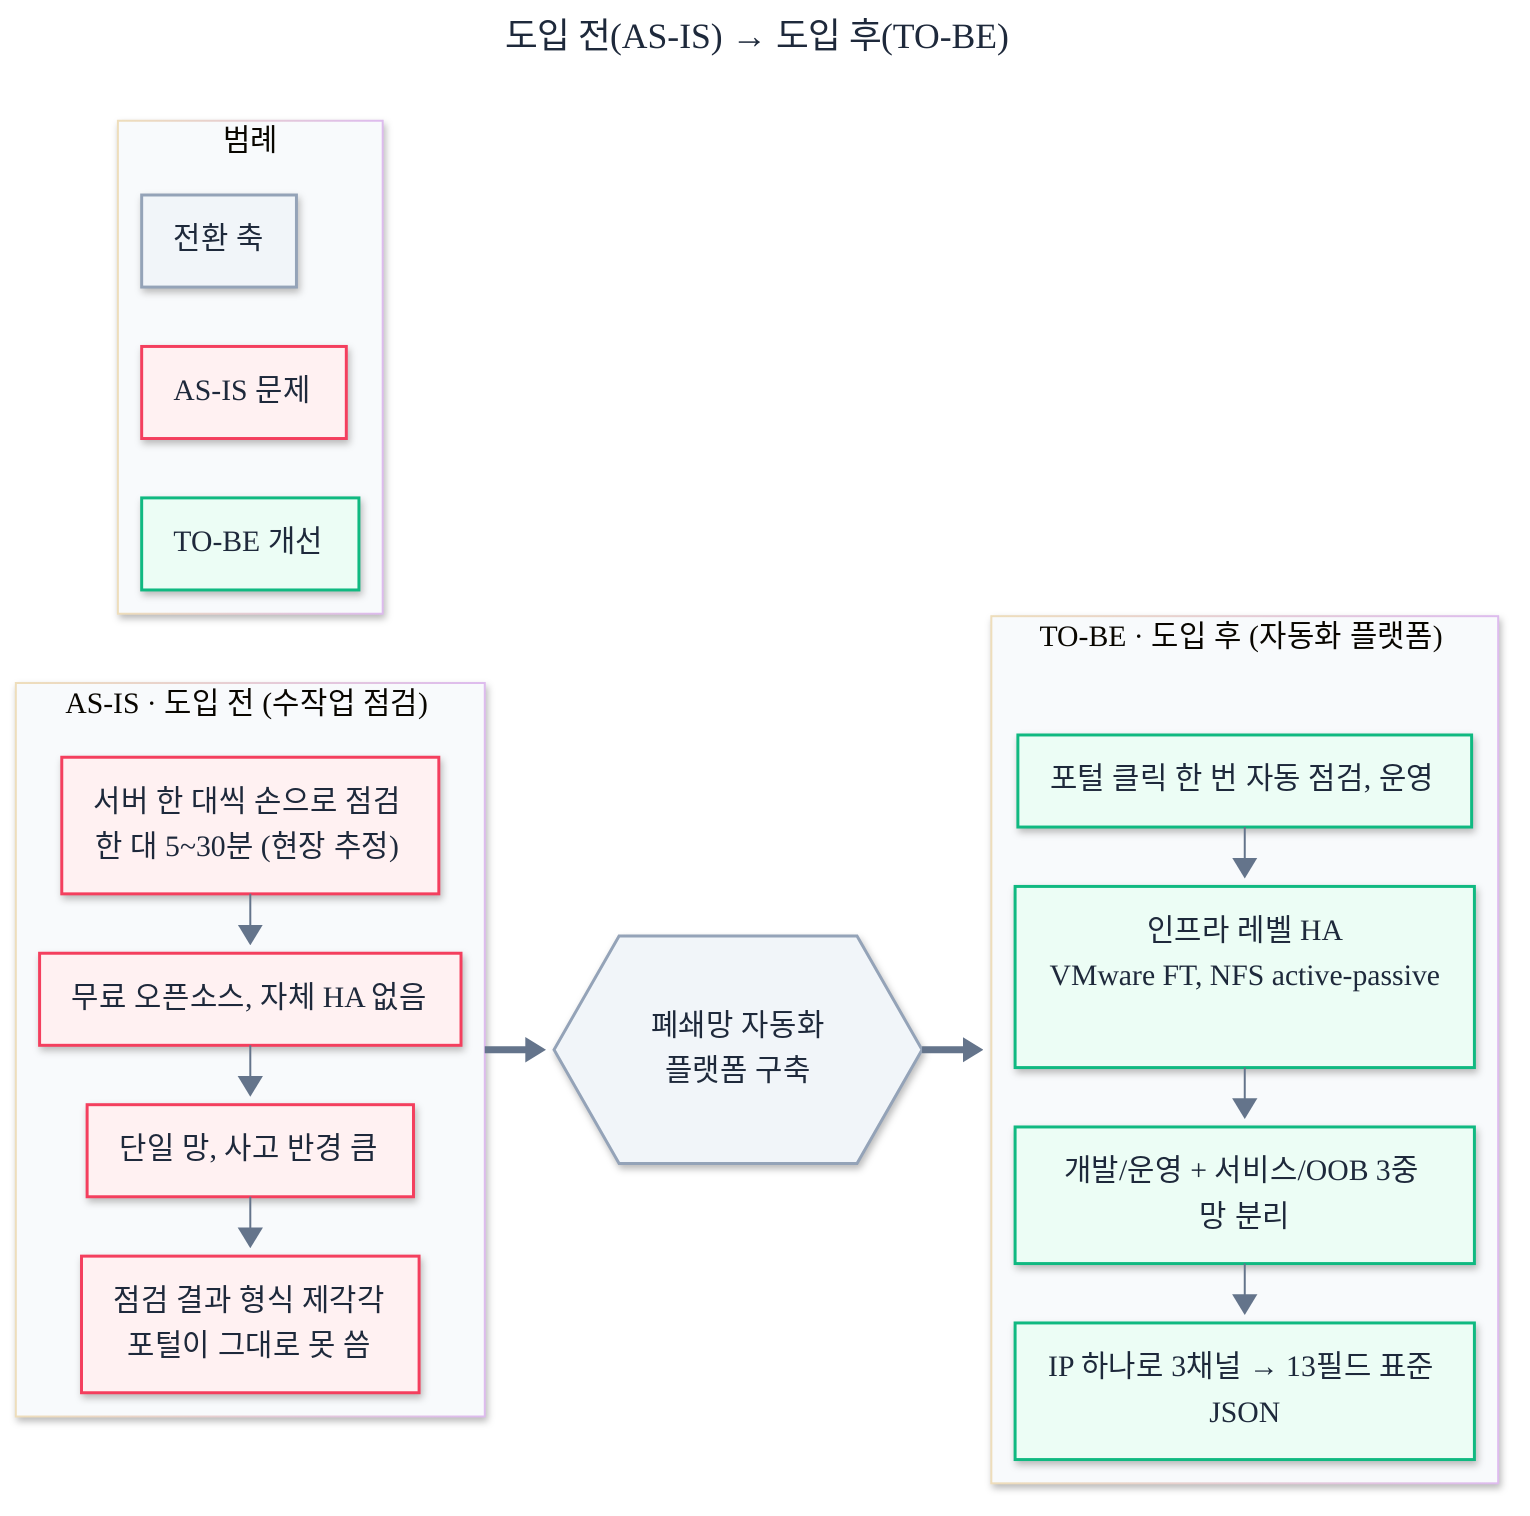
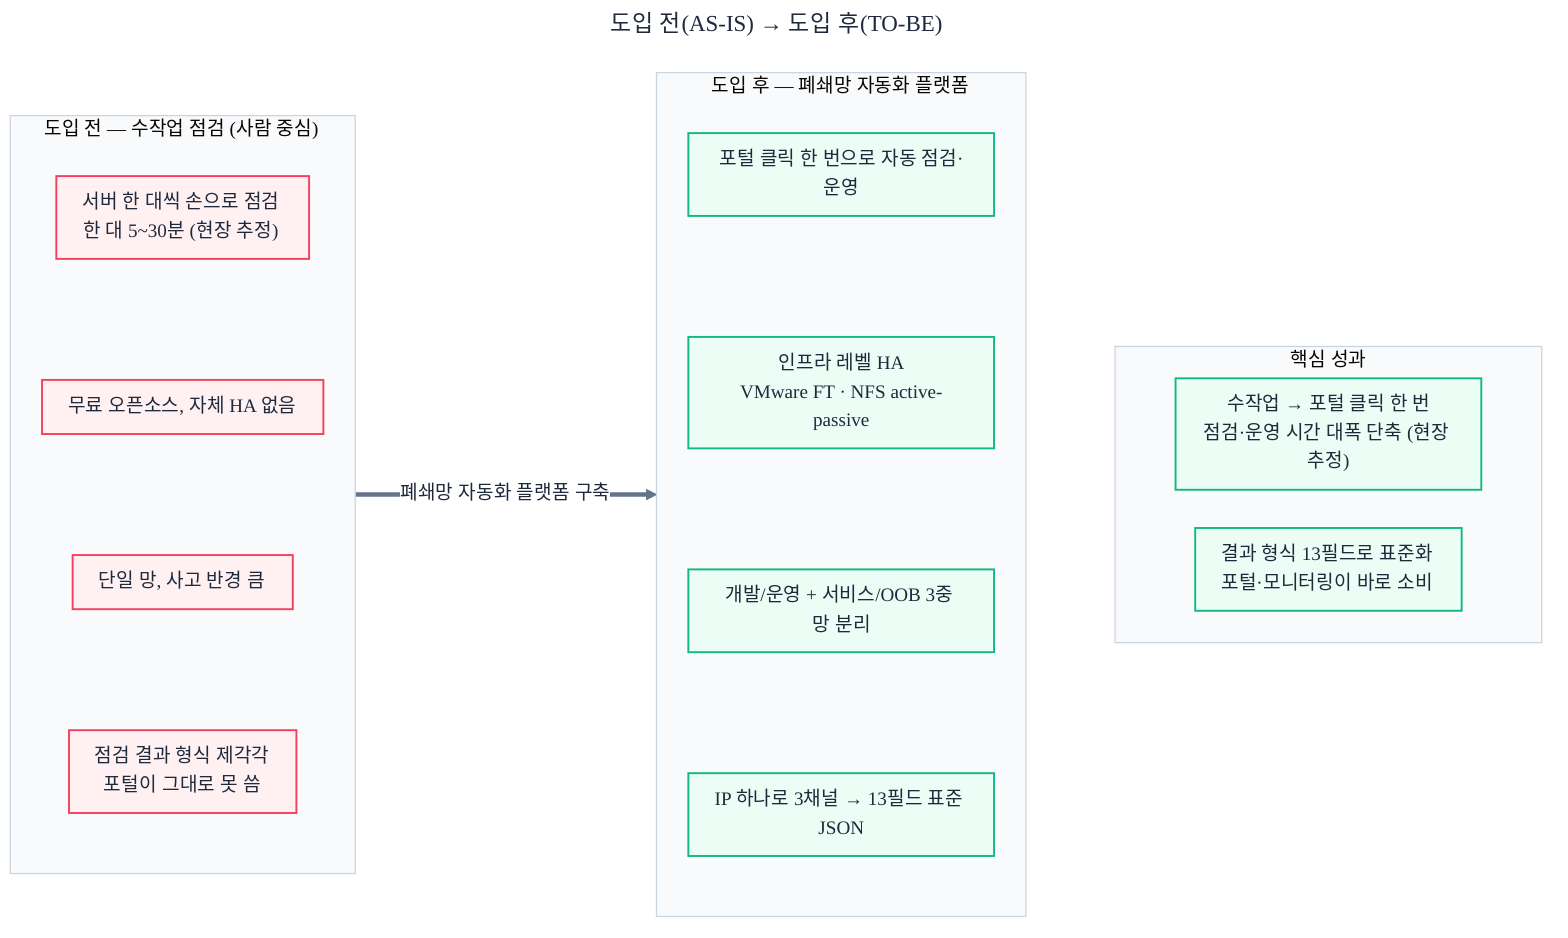
---
title: 도입 전(AS-IS) → 도입 후(TO-BE)
config:
-   layout: elk
-   look: neo
  theme: base
  themeVariables:
    fontFamily: 'Pretendard, Malgun Gothic, Noto Sans KR, sans-serif'
    fontSize: '15px'
    primaryTextColor: '#1E293B'
    lineColor: '#64748B'
    edgeLabelBackground: '#FFFFFF'
    clusterBkg: '#F8FAFC'
    clusterBorder: '#CBD5E1'
+   flowchart:
+     nodeSpacing: 30
+     rankSpacing: 70
+     padding: 10
---
flowchart LR
-   subgraph ASIS["AS-IS · 도입 전 (수작업 점검)"]
+   subgraph ASIS["도입 전 — 수작업 점검 (사람 중심)"]
    direction TB
    A1["서버 한 대씩 손으로 점검<br/>한 대 5~30분 (현장 추정)"]:::bad
    A2["무료 오픈소스, 자체 HA 없음"]:::bad
    A3["단일 망, 사고 반경 큼"]:::bad
    A4["점검 결과 형식 제각각<br/>포털이 그대로 못 씀"]:::bad
-     A1 --> A2 --> A3 --> A4
+     A1 ~~~ A2 ~~~ A3 ~~~ A4
  end

-   BRIDGE{{"폐쇄망 자동화<br/>플랫폼 구축"}}:::axis
- 
-   subgraph TOBE["TO-BE · 도입 후 (자동화 플랫폼)"]
+   subgraph TOBE["도입 후 — 폐쇄망 자동화 플랫폼"]
    direction TB
-     B1["포털 클릭 한 번 자동 점검, 운영"]:::good
-     B2["인프라 레벨 HA<br/>VMware FT, NFS active-passive"]:::good
+     B1["포털 클릭 한 번으로 자동 점검·운영"]:::good
+     B2["인프라 레벨 HA<br/>VMware FT · NFS active-passive"]:::good
    B3["개발/운영 + 서비스/OOB 3중 망 분리"]:::good
    B4["IP 하나로 3채널 → 13필드 표준 JSON"]:::good
-     B1 --> B2 --> B3 --> B4
+     B1 ~~~ B2 ~~~ B3 ~~~ B4
  end

-   ASIS ==> BRIDGE ==> TOBE
+   ASIS ==>|"폐쇄망 자동화 플랫폼 구축"| TOBE

-   subgraph LEGEND["범례"]
+   subgraph WIN["핵심 성과"]
    direction LR
-     L1["AS-IS 문제"]:::bad
-     L2["전환 축"]:::axis
-     L3["TO-BE 개선"]:::good
+     W1["수작업 → 포털 클릭 한 번<br/>점검·운영 시간 대폭 단축 (현장 추정)"]:::good
+     W2["결과 형식 13필드로 표준화<br/>포털·모니터링이 바로 소비"]:::good
  end
+ 
+   TOBE ~~~ WIN

  classDef bad fill:#FFF1F2,stroke:#F43F5E,color:#1E293B,stroke-width:1.5px
  classDef good fill:#ECFDF5,stroke:#10B981,color:#1E293B,stroke-width:1.5px
-   classDef axis fill:#F1F5F9,stroke:#94A3B8,color:#1E293B,stroke-width:1.5px
